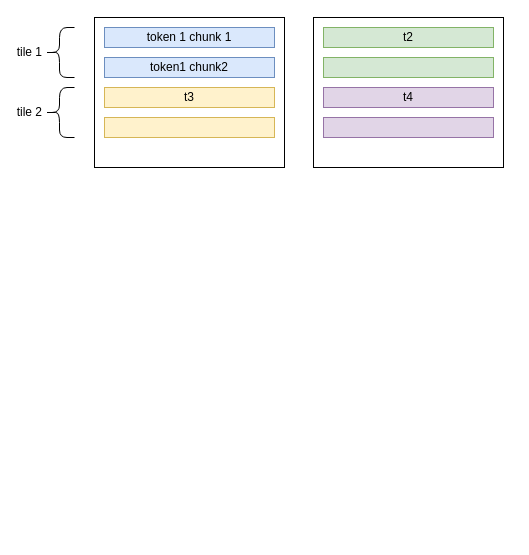
Above: newpims/QKGEN.drawio in shenjiangqiu/drawio (draw.io), before the change. Source tidied: cells renumbered, new cells numbered last; positions are measured from the earlier drawing's top-left corner, leaving out a move shared by most shapes. Both pictures are drawn from the tidied source at 100%, with x=0, y=0 at pixel (44, 17).
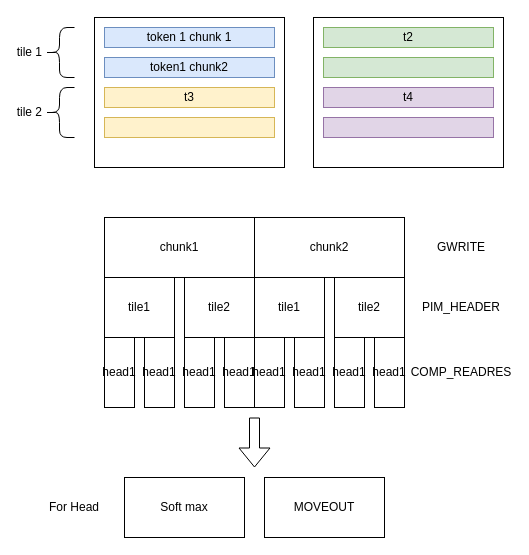
The same page after the edit.

What changed in the source:
```diff
@@
+    <mxCell id="14" value="chunk1" style="rounded=0;whiteSpace=wrap;html=1;" parent="1" vertex="1">
+      <mxGeometry x="60" y="200" width="150" height="60" as="geometry" />
+    </mxCell>
+    <mxCell id="15" value="chunk2" style="rounded=0;whiteSpace=wrap;html=1;" parent="1" vertex="1">
+      <mxGeometry x="210" y="200" width="150" height="60" as="geometry" />
+    </mxCell>
+    <mxCell id="16" value="tile1" style="rounded=0;whiteSpace=wrap;html=1;" parent="1" vertex="1">
+      <mxGeometry x="60" y="260" width="70" height="60" as="geometry" />
+    </mxCell>
+    <mxCell id="17" value="tile2" style="rounded=0;whiteSpace=wrap;html=1;" parent="1" vertex="1">
+      <mxGeometry x="140" y="260" width="70" height="60" as="geometry" />
+    </mxCell>
+    <mxCell id="18" value="head1" style="rounded=0;whiteSpace=wrap;html=1;" parent="1" vertex="1">
+      <mxGeometry x="60" y="320" width="30" height="70" as="geometry" />
+    </mxCell>
+    <mxCell id="19" value="head1" style="rounded=0;whiteSpace=wrap;html=1;" parent="1" vertex="1">
+      <mxGeometry x="100" y="320" width="30" height="70" as="geometry" />
+    </mxCell>
+    <mxCell id="20" value="head1" style="rounded=0;whiteSpace=wrap;html=1;" parent="1" vertex="1">
+      <mxGeometry x="140" y="320" width="30" height="70" as="geometry" />
+    </mxCell>
+    <mxCell id="21" value="head1" style="rounded=0;whiteSpace=wrap;html=1;" parent="1" vertex="1">
+      <mxGeometry x="180" y="320" width="30" height="70" as="geometry" />
+    </mxCell>
+    <mxCell id="22" value="tile1" style="rounded=0;whiteSpace=wrap;html=1;" parent="1" vertex="1">
+      <mxGeometry x="210" y="260" width="70" height="60" as="geometry" />
+    </mxCell>
+    <mxCell id="23" value="tile2" style="rounded=0;whiteSpace=wrap;html=1;" parent="1" vertex="1">
+      <mxGeometry x="290" y="260" width="70" height="60" as="geometry" />
+    </mxCell>
+    <mxCell id="24" value="head1" style="rounded=0;whiteSpace=wrap;html=1;" parent="1" vertex="1">
+      <mxGeometry x="210" y="320" width="30" height="70" as="geometry" />
+    </mxCell>
+    <mxCell id="25" value="head1" style="rounded=0;whiteSpace=wrap;html=1;" parent="1" vertex="1">
+      <mxGeometry x="250" y="320" width="30" height="70" as="geometry" />
+    </mxCell>
+    <mxCell id="26" value="head1" style="rounded=0;whiteSpace=wrap;html=1;" parent="1" vertex="1">
+      <mxGeometry x="290" y="320" width="30" height="70" as="geometry" />
+    </mxCell>
+    <mxCell id="27" value="head1" style="rounded=0;whiteSpace=wrap;html=1;" parent="1" vertex="1">
+      <mxGeometry x="330" y="320" width="30" height="70" as="geometry" />
+    </mxCell>
+    <mxCell id="28" value="GWRITE" style="text;html=1;align=center;verticalAlign=middle;whiteSpace=wrap;rounded=0;" parent="1" vertex="1">
+      <mxGeometry x="387" y="215" width="60" height="30" as="geometry" />
+    </mxCell>
+    <mxCell id="29" value="PIM_HEADER" style="text;html=1;align=center;verticalAlign=middle;whiteSpace=wrap;rounded=0;" parent="1" vertex="1">
+      <mxGeometry x="374" y="275" width="86" height="30" as="geometry" />
+    </mxCell>
+    <mxCell id="30" value="COMP_READRES" style="text;html=1;align=center;verticalAlign=middle;whiteSpace=wrap;rounded=0;" parent="1" vertex="1">
+      <mxGeometry x="374" y="340" width="86" height="30" as="geometry" />
+    </mxCell>
+    <mxCell id="31" style="shape=flexArrow;endArrow=classic;html=1;rounded=0;" parent="1" edge="1">
+      <mxGeometry relative="1" as="geometry">
+        <mxPoint x="210" y="400" as="sourcePoint" />
+        <mxPoint x="210" y="450" as="targetPoint" />
+      </mxGeometry>
+    </mxCell>
+    <mxCell id="32" value="Soft max" style="rounded=0;whiteSpace=wrap;html=1;" parent="1" vertex="1">
+      <mxGeometry x="80" y="460" width="120" height="60" as="geometry" />
+    </mxCell>
+    <mxCell id="33" value="MOVEOUT" style="rounded=0;whiteSpace=wrap;html=1;" parent="1" vertex="1">
+      <mxGeometry x="220" y="460" width="120" height="60" as="geometry" />
+    </mxCell>
+    <mxCell id="34" value="For Head" style="text;html=1;align=center;verticalAlign=middle;whiteSpace=wrap;rounded=0;" parent="1" vertex="1">
+      <mxGeometry y="475" width="60" height="30" as="geometry" />
+    </mxCell>
```
